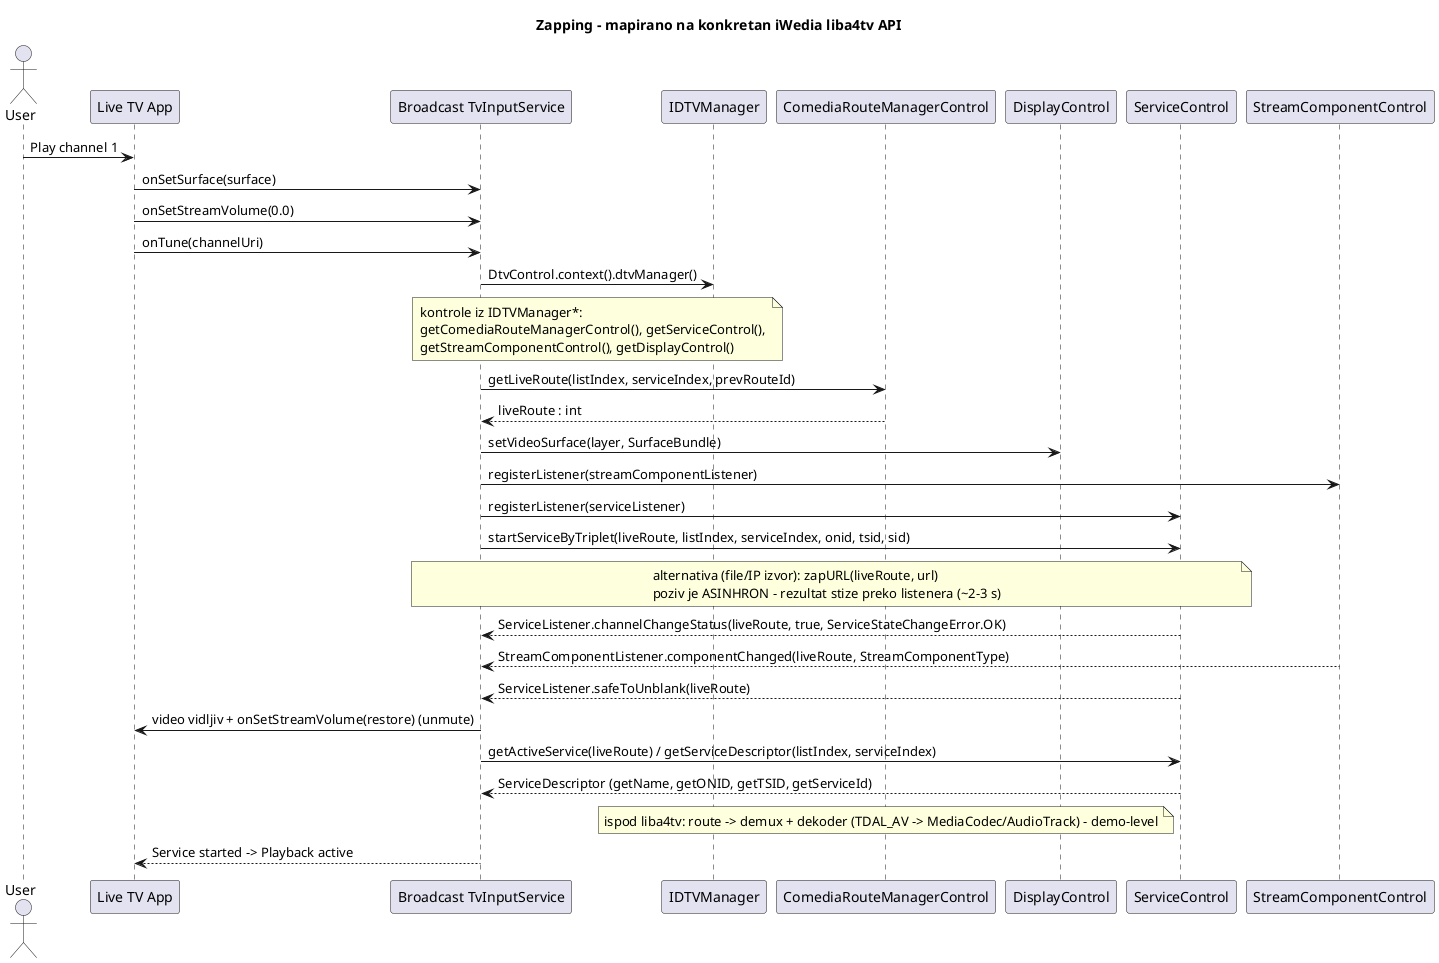
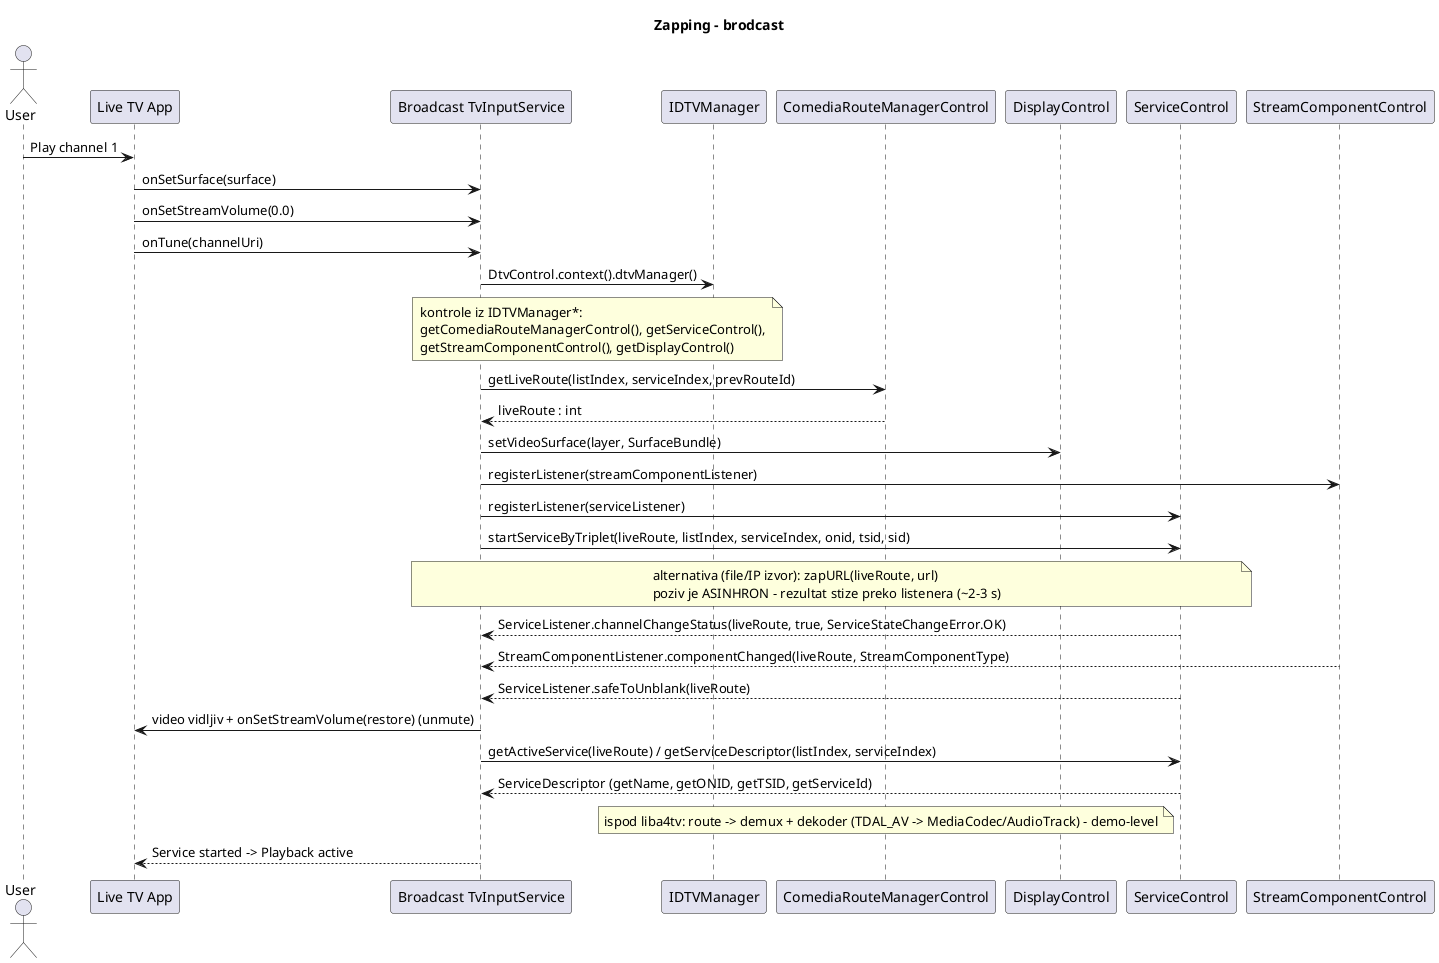
@startuml sequence_zapping_liba4tv
- title Zapping - mapirano na konkretan iWedia liba4tv API
+ title Zapping - brodcast
' * akcesori getXxxControl() su na IDTVManager (interfejs nije zaseban u ovom javadoc subset-u) - potvrditi.
' TIS implementira ServiceListener i StreamComponentListener; callback-ovi = isprekidane strelice ka TIS.

actor User
participant "Live TV App" as App
participant "Broadcast TvInputService" as TIS
participant "IDTVManager" as MGR
participant "ComediaRouteManagerControl" as ROUTE
participant "DisplayControl" as DISP
participant "ServiceControl" as SVC
participant "StreamComponentControl" as SC

User -> App : Play channel 1
App -> TIS : onSetSurface(surface)
App -> TIS : onSetStreamVolume(0.0)
App -> TIS : onTune(channelUri)
TIS -> MGR : DtvControl.context().dtvManager()
note over TIS,MGR : kontrole iz IDTVManager*:\ngetComediaRouteManagerControl(), getServiceControl(),\ngetStreamComponentControl(), getDisplayControl()
TIS -> ROUTE : getLiveRoute(listIndex, serviceIndex, prevRouteId)
ROUTE --> TIS : liveRoute : int
TIS -> DISP : setVideoSurface(layer, SurfaceBundle)
TIS -> SC : registerListener(streamComponentListener)
TIS -> SVC : registerListener(serviceListener)
TIS -> SVC : startServiceByTriplet(liveRoute, listIndex, serviceIndex, onid, tsid, sid)
note over TIS,SVC : alternativa (file/IP izvor): zapURL(liveRoute, url)\npoziv je ASINHRON - rezultat stize preko listenera (~2-3 s)

SVC --> TIS : ServiceListener.channelChangeStatus(liveRoute, true, ServiceStateChangeError.OK)
SC --> TIS : StreamComponentListener.componentChanged(liveRoute, StreamComponentType)
SVC --> TIS : ServiceListener.safeToUnblank(liveRoute)
TIS -> App : video vidljiv + onSetStreamVolume(restore) (unmute)
TIS -> SVC : getActiveService(liveRoute) / getServiceDescriptor(listIndex, serviceIndex)
SVC --> TIS : ServiceDescriptor (getName, getONID, getTSID, getServiceId)
note over ROUTE : ispod liba4tv: route -> demux + dekoder (TDAL_AV -> MediaCodec/AudioTrack) - demo-level
TIS --> App : Service started -> Playback active
@enduml
